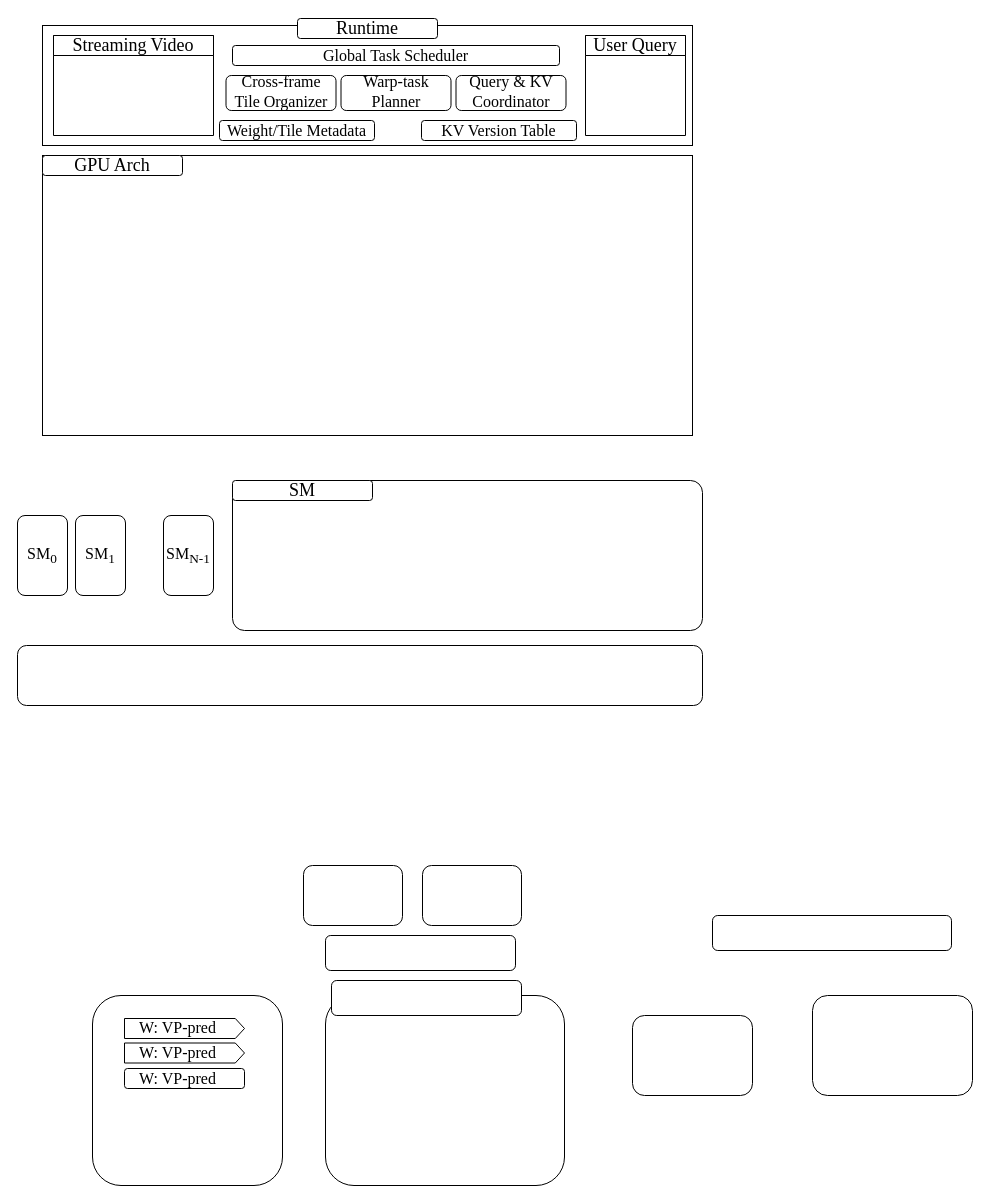
Before: system_overview.drawio in icszhr/CHORD, a draw.io diagram. Source tidied: cells renumbered, new cells numbered last; positions are measured from the earlier drawing's top-left corner, leaving out a move shared by most shapes. Both pictures are drawn from the tidied source at 100%, with x=0, y=0 at pixel (17, 18).
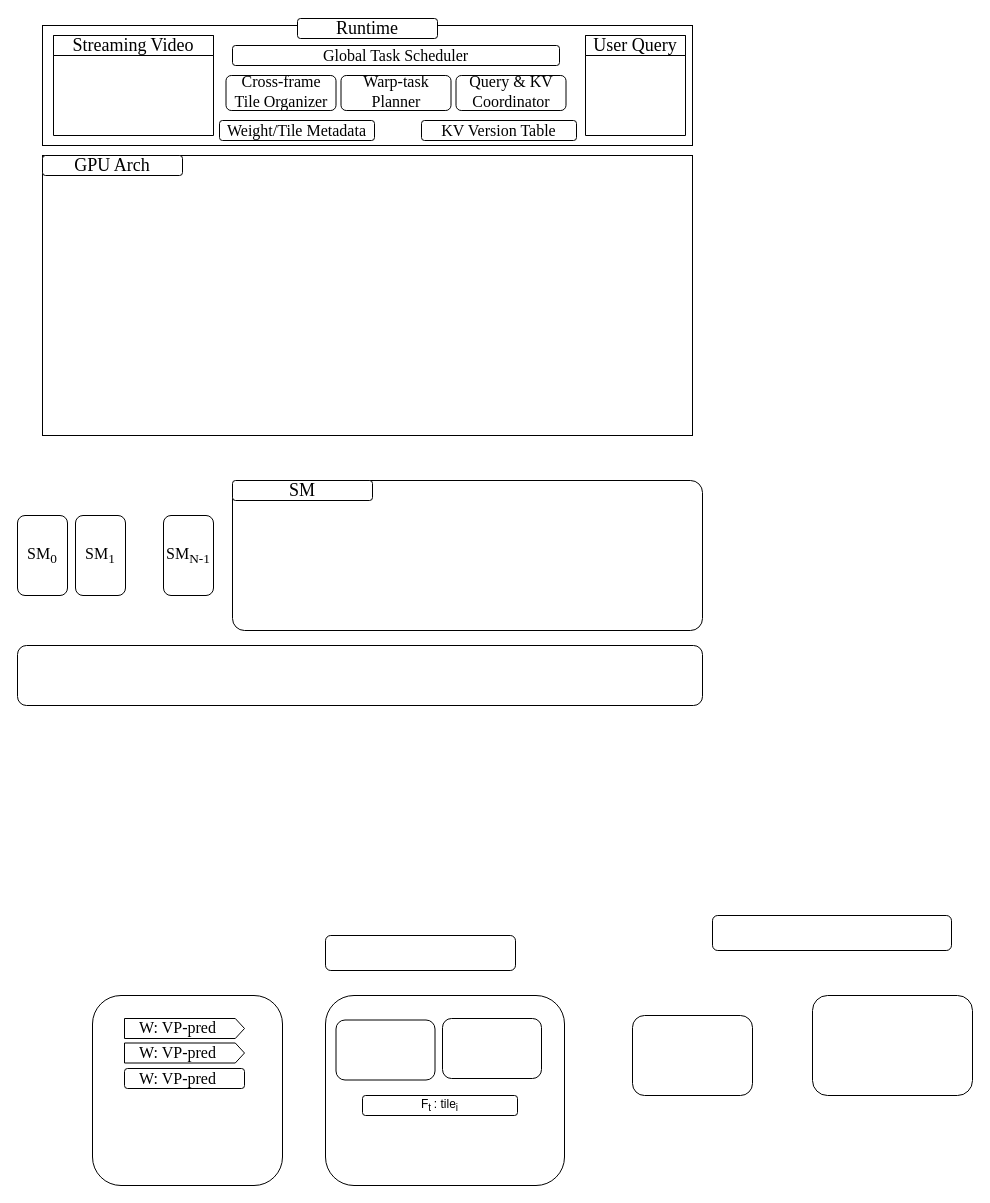
After the change.

What changed in the source:
```diff
@@
     <mxCell id="18" style="rounded=1;whiteSpace=wrap;html=1;roundedPerimeter=1;" parent="1" vertex="1">
-      <mxGeometry x="286" y="847" width="99" height="60" as="geometry" />
+      <mxGeometry x="318.5" y="1001.5" width="99" height="60" as="geometry" />
     </mxCell>
     <mxCell id="19" style="rounded=1;whiteSpace=wrap;html=1;roundedPerimeter=1;" parent="1" vertex="1">
-      <mxGeometry x="405" y="847" width="99" height="60" as="geometry" />
+      <mxGeometry x="425" y="1000" width="99" height="60" as="geometry" />
     </mxCell>
@@
-    <mxCell id="21" style="rounded=1;whiteSpace=wrap;html=1;roundedPerimeter=1;" parent="1" vertex="1">
-      <mxGeometry x="314" y="962" width="190" height="35" as="geometry" />
+    <mxCell id="21" value="F&lt;sub&gt;t&amp;nbsp;&lt;/sub&gt;: tile&lt;sub&gt;i&lt;/sub&gt;" style="rounded=1;whiteSpace=wrap;html=1;roundedPerimeter=1;" parent="1" vertex="1">
+      <mxGeometry x="345" y="1077" width="155" height="20" as="geometry" />
     </mxCell>
```
